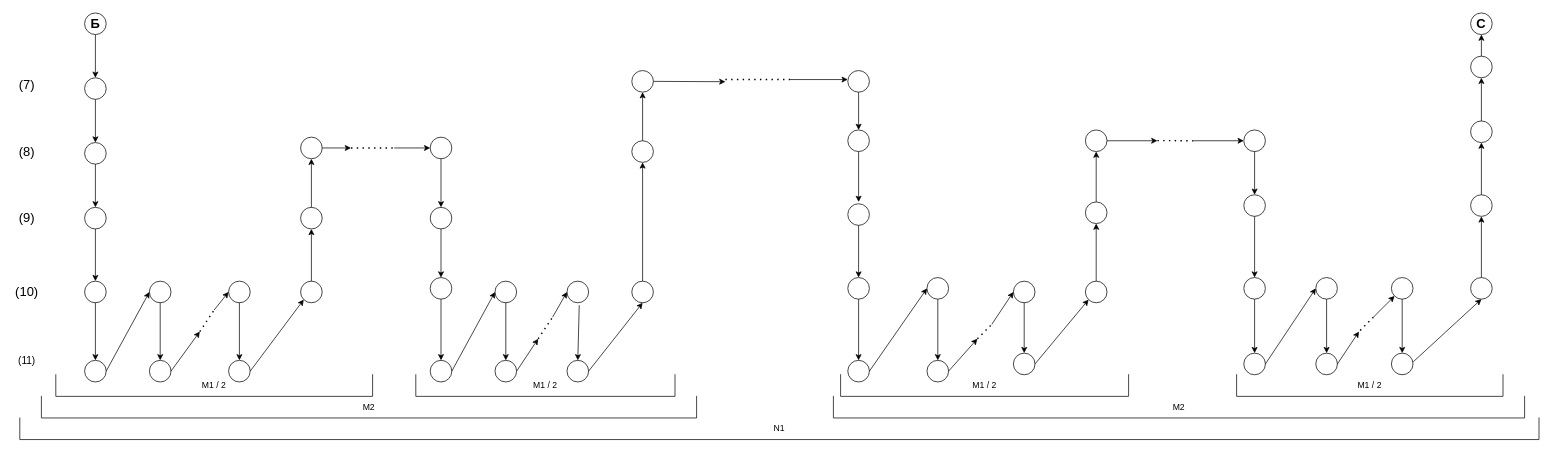
Above: page "Page-2" (2 of 3) of homework/oper_history.drawio in mRrvz/bmstu-aa (draw.io), before the change. Source tidied: cells renumbered, new cells numbered last; positions are measured from the earlier drawing's top-left corner, leaving out a move shared by most shapes. Both pictures are drawn from the tidied source at 72%, with x=0, y=0 at pixel (12, 13).
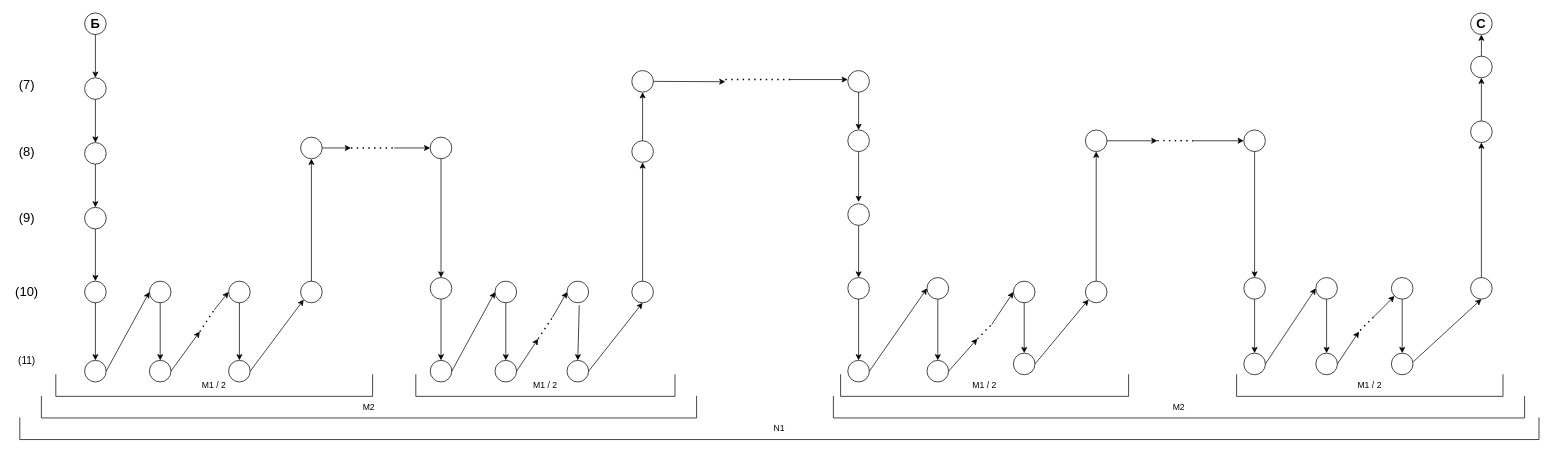
The same diagram, later.

Unchanged cells that the change refers to:
```xml
<mxCell id="9" style="ellipse;whiteSpace=wrap;html=1;" parent="1" vertex="1">
  <mxGeometry x="400" y="372" width="30" height="30" as="geometry" />
</mxCell>
<mxCell id="10" style="ellipse;whiteSpace=wrap;html=1;" parent="1" vertex="1">
  <mxGeometry x="400" y="172" width="30" height="30" as="geometry" />
</mxCell>
<mxCell id="21" style="ellipse;whiteSpace=wrap;html=1;" parent="1" vertex="1">
  <mxGeometry x="580" y="172" width="30" height="30" as="geometry" />
</mxCell>
<mxCell id="22" style="ellipse;whiteSpace=wrap;html=1;" parent="1" vertex="1">
  <mxGeometry x="580" y="367" width="30" height="30" as="geometry" />
</mxCell>
<mxCell id="63" style="ellipse;whiteSpace=wrap;html=1;" parent="1" vertex="1">
  <mxGeometry x="1490" y="372" width="30" height="30" as="geometry" />
</mxCell>
<mxCell id="64" style="ellipse;whiteSpace=wrap;html=1;" parent="1" vertex="1">
  <mxGeometry x="1490" y="162" width="30" height="30" as="geometry" />
</mxCell>
<mxCell id="73" style="ellipse;whiteSpace=wrap;html=1;" parent="1" vertex="1">
  <mxGeometry x="1710" y="162" width="30" height="30" as="geometry" />
</mxCell>
<mxCell id="74" style="ellipse;whiteSpace=wrap;html=1;" parent="1" vertex="1">
  <mxGeometry x="1710" y="367" width="30" height="30" as="geometry" />
</mxCell>
<mxCell id="80" style="ellipse;whiteSpace=wrap;html=1;" parent="1" vertex="1">
  <mxGeometry x="2025" y="367" width="30" height="30" as="geometry" />
</mxCell>
<mxCell id="109" style="ellipse;whiteSpace=wrap;html=1;" parent="1" vertex="1">
  <mxGeometry x="2025" y="149.5" width="30" height="30" as="geometry" />
</mxCell>
```

Change to the diagram source:
```diff
@@
-    <mxCell id="49" style="ellipse;whiteSpace=wrap;html=1;" parent="1" vertex="1">
-      <mxGeometry x="400" y="269.5" width="30" height="30" as="geometry" />
-    </mxCell>
-    <mxCell id="50" style="ellipse;whiteSpace=wrap;html=1;" parent="1" vertex="1">
-      <mxGeometry x="580" y="269.5" width="30" height="30" as="geometry" />
-    </mxCell>
-    <mxCell id="51" style="endArrow=classic;html=1;exitX=0.5;exitY=0;exitDx=0;exitDy=0;entryX=0.5;entryY=1;entryDx=0;entryDy=0;" parent="1" edge="1" source="9" target="49">
-      <mxGeometry relative="1" as="geometry" />
-    </mxCell>
-    <mxCell id="52" style="endArrow=classic;html=1;exitX=0.5;exitY=0;exitDx=0;exitDy=0;entryX=0.5;entryY=1;entryDx=0;entryDy=0;" parent="1" edge="1" source="49" target="10">
+    <mxCell id="52" style="endArrow=classic;html=1;exitX=0.5;exitY=0;exitDx=0;exitDy=0;entryX=0.5;entryY=1;entryDx=0;entryDy=0;" parent="1" edge="1" source="9" target="10">
       <mxGeometry relative="1" as="geometry" />
     </mxCell>
@@
-    <mxCell id="54" style="endArrow=classic;html=1;exitX=0.5;exitY=1;exitDx=0;exitDy=0;entryX=0.5;entryY=0;entryDx=0;entryDy=0;" parent="1" edge="1" source="21" target="50">
+    <mxCell id="54" style="endArrow=classic;html=1;exitX=0.5;exitY=1;exitDx=0;exitDy=0;entryX=0.5;entryY=0;entryDx=0;entryDy=0;" parent="1" edge="1" source="21" target="22">
       <mxGeometry relative="1" as="geometry" />
     </mxCell>
-    <mxCell id="55" style="endArrow=classic;html=1;exitX=0.5;exitY=1;exitDx=0;exitDy=0;entryX=0.5;entryY=0;entryDx=0;entryDy=0;" parent="1" edge="1" source="50" target="22">
-      <mxGeometry relative="1" as="geometry" />
-    </mxCell>
@@
-    <mxCell id="81" style="ellipse;whiteSpace=wrap;html=1;" parent="1" vertex="1">
-      <mxGeometry x="2025" y="252" width="30" height="30" as="geometry" />
-    </mxCell>
@@
-    <mxCell id="88" style="endArrow=classic;html=1;exitX=0.5;exitY=0;exitDx=0;exitDy=0;entryX=0.5;entryY=1;entryDx=0;entryDy=0;" parent="1" edge="1" source="80" target="81">
-      <mxGeometry relative="1" as="geometry" />
-    </mxCell>
@@
-    <mxCell id="97" style="ellipse;whiteSpace=wrap;html=1;" parent="1" vertex="1">
-      <mxGeometry x="1490" y="262" width="30" height="30" as="geometry" />
-    </mxCell>
-    <mxCell id="98" style="ellipse;whiteSpace=wrap;html=1;" parent="1" vertex="1">
-      <mxGeometry x="1710" y="252" width="30" height="30" as="geometry" />
-    </mxCell>
-    <mxCell id="99" style="endArrow=classic;html=1;exitX=0.5;exitY=0;exitDx=0;exitDy=0;entryX=0.5;entryY=1;entryDx=0;entryDy=0;" parent="1" edge="1" source="63" target="97">
-      <mxGeometry relative="1" as="geometry" />
-    </mxCell>
-    <mxCell id="100" style="endArrow=classic;html=1;exitX=0.5;exitY=0;exitDx=0;exitDy=0;entryX=0.5;entryY=1;entryDx=0;entryDy=0;" parent="1" edge="1" source="97" target="64">
+    <mxCell id="100" style="endArrow=classic;html=1;exitX=0.5;exitY=0;exitDx=0;exitDy=0;entryX=0.5;entryY=1;entryDx=0;entryDy=0;" parent="1" edge="1" source="63" target="64">
       <mxGeometry relative="1" as="geometry" />
     </mxCell>
@@
-    <mxCell id="102" style="endArrow=classic;html=1;exitX=0.5;exitY=1;exitDx=0;exitDy=0;entryX=0.5;entryY=0;entryDx=0;entryDy=0;" parent="1" edge="1" source="73" target="98">
-      <mxGeometry relative="1" as="geometry" />
-    </mxCell>
-    <mxCell id="103" style="endArrow=classic;html=1;exitX=0.5;exitY=1;exitDx=0;exitDy=0;entryX=0.5;entryY=0;entryDx=0;entryDy=0;" parent="1" edge="1" source="98" target="74">
+    <mxCell id="103" style="endArrow=classic;html=1;exitX=0.5;exitY=1;exitDx=0;exitDy=0;entryX=0.5;entryY=0;entryDx=0;entryDy=0;" parent="1" edge="1" source="73" target="74">
       <mxGeometry relative="1" as="geometry" />
     </mxCell>
@@
-    <mxCell id="111" style="endArrow=classic;html=1;entryX=0.5;entryY=1;entryDx=0;entryDy=0;exitX=0.5;exitY=0;exitDx=0;exitDy=0;" parent="1" edge="1" source="81" target="109">
+    <mxCell id="111" style="endArrow=classic;html=1;entryX=0.5;entryY=1;entryDx=0;entryDy=0;exitX=0.5;exitY=0;exitDx=0;exitDy=0;" parent="1" edge="1" source="80" target="109">
       <mxGeometry relative="1" as="geometry" />
     </mxCell>
```
